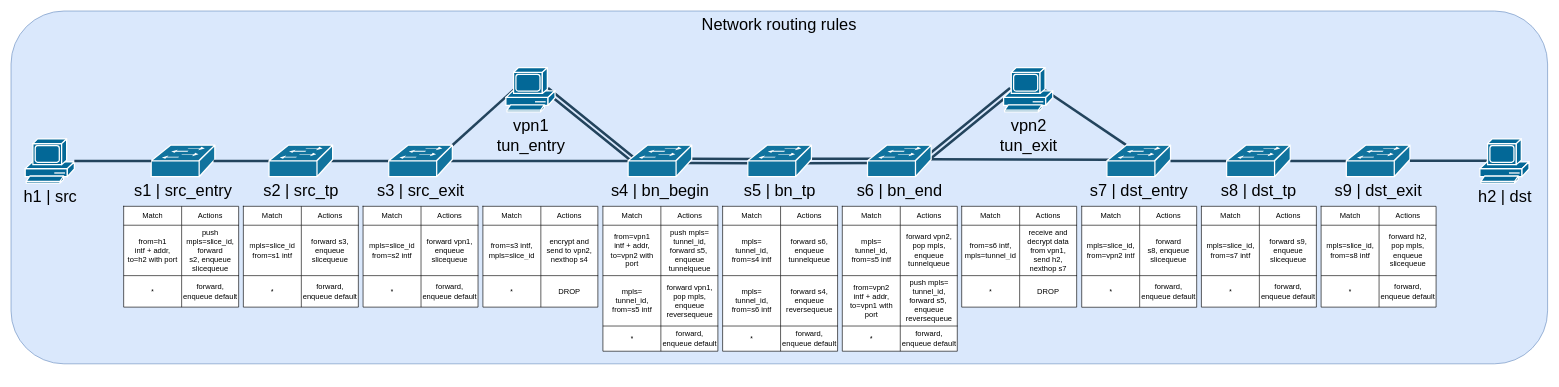
This is diagrams/network_routing_rules.drawio from FriwiDev/thesis, a draw.io file, before an edit. Source tidied: cells renumbered, new cells numbered last; positions are measured from the earlier drawing's top-left corner, leaving out a move shared by most shapes. Both pictures are drawn from the tidied source at 63%, with x=0, y=0 at pixel (11, 11).
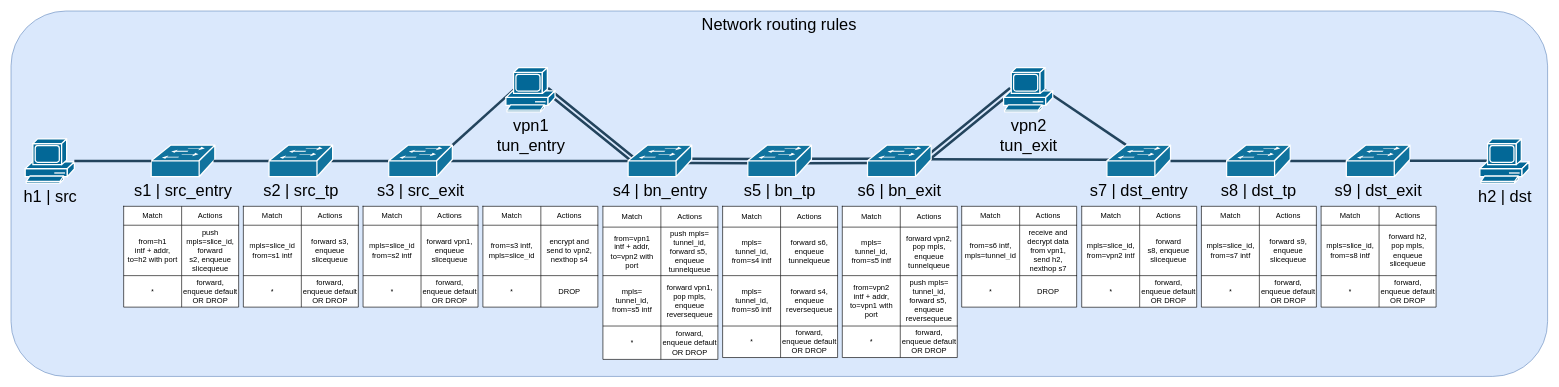
After the change.

Commit message:
Update routing rules diagram

The change refers to these unchanged cells:
```xml
<mxCell id="37" style="shape=tableRow;horizontal=0;startSize=0;swimlaneHead=0;swimlaneBody=0;top=0;left=0;bottom=0;right=0;fillColor=none;" parent="30" vertex="1">
  <mxGeometry y="110" width="182.5" height="50" as="geometry" />
</mxCell>
<mxCell id="47" style="shape=tableRow;horizontal=0;startSize=0;swimlaneHead=0;swimlaneBody=0;top=0;left=0;bottom=0;right=0;fillColor=none;" parent="40" vertex="1">
  <mxGeometry y="110" width="182.5" height="50" as="geometry" />
</mxCell>
<mxCell id="57" style="shape=tableRow;horizontal=0;startSize=0;swimlaneHead=0;swimlaneBody=0;top=0;left=0;bottom=0;right=0;fillColor=none;" parent="50" vertex="1">
  <mxGeometry y="110" width="182.5" height="50" as="geometry" />
</mxCell>
<mxCell id="106" style="shape=tableRow;horizontal=0;startSize=0;swimlaneHead=0;swimlaneBody=0;top=0;left=0;bottom=0;right=0;fillColor=none;" parent="99" vertex="1">
  <mxGeometry y="110" width="182.5" height="50" as="geometry" />
</mxCell>
<mxCell id="116" style="shape=tableRow;horizontal=0;startSize=0;swimlaneHead=0;swimlaneBody=0;top=0;left=0;bottom=0;right=0;fillColor=none;" parent="109" vertex="1">
  <mxGeometry y="110" width="182.5" height="50" as="geometry" />
</mxCell>
<mxCell id="126" style="shape=tableRow;horizontal=0;startSize=0;swimlaneHead=0;swimlaneBody=0;top=0;left=0;bottom=0;right=0;fillColor=none;" parent="119" vertex="1">
  <mxGeometry y="110" width="182.5" height="50" as="geometry" />
</mxCell>
```

Change to the diagram source:
```diff
@@
     <mxCell id="2" value="Network routing rules" style="rounded=1;whiteSpace=wrap;html=1;fillColor=#dae8fc;strokeColor=#6c8ebf;fontSize=26;verticalAlign=top;" parent="1" vertex="1">
-      <mxGeometry width="2439" height="560" as="geometry" />
+      <mxGeometry width="2439" height="580" as="geometry" />
     </mxCell>
@@
-    <mxCell id="12" value="s4 | bn_begin" style="shape=mxgraph.cisco.switches.workgroup_switch;html=1;dashed=0;fillColor=#10739E;strokeColor=#ffffff;strokeWidth=2;verticalLabelPosition=bottom;verticalAlign=top;fontFamily=Helvetica;fontSize=26;fontColor=#000000;" parent="1" vertex="1">
+    <mxCell id="12" value="s4 | bn_entry" style="shape=mxgraph.cisco.switches.workgroup_switch;html=1;dashed=0;fillColor=#10739E;strokeColor=#ffffff;strokeWidth=2;verticalLabelPosition=bottom;verticalAlign=top;fontFamily=Helvetica;fontSize=26;fontColor=#000000;" parent="1" vertex="1">
       <mxGeometry x="979.5" y="213" width="101" height="50" as="geometry" />
     </mxCell>
@@
-    <mxCell id="16" value="s6 | bn_end" style="shape=mxgraph.cisco.switches.workgroup_switch;html=1;dashed=0;fillColor=#10739E;strokeColor=#ffffff;strokeWidth=2;verticalLabelPosition=bottom;verticalAlign=top;fontFamily=Helvetica;fontSize=26;fontColor=#000000;" parent="1" vertex="1">
+    <mxCell id="16" value="s6 | bn_exit" style="shape=mxgraph.cisco.switches.workgroup_switch;html=1;dashed=0;fillColor=#10739E;strokeColor=#ffffff;strokeWidth=2;verticalLabelPosition=bottom;verticalAlign=top;fontFamily=Helvetica;fontSize=26;fontColor=#000000;" parent="1" vertex="1">
       <mxGeometry x="1359.5" y="213" width="101" height="50" as="geometry" />
     </mxCell>
@@
-    <mxCell id="39" value="forward, enqueue default" style="shape=partialRectangle;html=1;whiteSpace=wrap;overflow=hidden;fillColor=none;top=0;left=0;bottom=0;right=0;" parent="37" vertex="1">
+    <mxCell id="39" value="forward, enqueue default&lt;br&gt;OR DROP" style="shape=partialRectangle;html=1;whiteSpace=wrap;overflow=hidden;fillColor=none;top=0;left=0;bottom=0;right=0;" parent="37" vertex="1">
       <mxGeometry x="92" width="91" height="50" as="geometry" />
     </mxCell>
@@
-    <mxCell id="49" value="forward, enqueue default" style="shape=partialRectangle;html=1;whiteSpace=wrap;overflow=hidden;fillColor=none;top=0;left=0;bottom=0;right=0;" parent="47" vertex="1">
+    <mxCell id="49" value="forward, enqueue default&lt;br&gt;OR DROP" style="shape=partialRectangle;html=1;whiteSpace=wrap;overflow=hidden;fillColor=none;top=0;left=0;bottom=0;right=0;" parent="47" vertex="1">
       <mxGeometry x="92" width="91" height="50" as="geometry" />
     </mxCell>
@@
-    <mxCell id="59" value="forward, enqueue default" style="shape=partialRectangle;html=1;whiteSpace=wrap;overflow=hidden;fillColor=none;top=0;left=0;bottom=0;right=0;" parent="57" vertex="1">
+    <mxCell id="59" value="forward, enqueue default&lt;br&gt;OR DROP" style="shape=partialRectangle;html=1;whiteSpace=wrap;overflow=hidden;fillColor=none;top=0;left=0;bottom=0;right=0;" parent="57" vertex="1">
       <mxGeometry x="92" width="91" height="50" as="geometry" />
     </mxCell>
     <mxCell id="60" style="shape=table;startSize=0;childLayout=tableLayout;fontColor=#080808;labelBackgroundColor=#FFFFFF;labelBorderColor=#050505;" parent="1" vertex="1">
-      <mxGeometry x="939.5" y="310" width="182.5" height="230" as="geometry" />
+      <mxGeometry x="939.5" y="310" width="182.5" height="243" as="geometry" />
     </mxCell>
     <mxCell id="61" style="shape=tableRow;horizontal=0;startSize=0;swimlaneHead=0;swimlaneBody=0;top=0;left=0;bottom=0;right=0;fillColor=none;" parent="60" vertex="1">
-      <mxGeometry width="182.5" height="30" as="geometry" />
+      <mxGeometry width="182.5" height="33" as="geometry" />
     </mxCell>
     <mxCell id="62" value="Match" style="shape=partialRectangle;html=1;whiteSpace=wrap;overflow=hidden;fillColor=none;top=0;left=0;bottom=0;right=0;" parent="61" vertex="1">
-      <mxGeometry width="92" height="30" as="geometry" />
+      <mxGeometry width="92" height="33" as="geometry" />
     </mxCell>
     <mxCell id="63" value="Actions" style="shape=partialRectangle;html=1;whiteSpace=wrap;overflow=hidden;fillColor=none;top=0;left=0;bottom=0;right=0;" parent="61" vertex="1">
-      <mxGeometry x="92" width="91" height="30" as="geometry" />
+      <mxGeometry x="92" width="91" height="33" as="geometry" />
     </mxCell>
     <mxCell id="64" style="shape=tableRow;horizontal=0;startSize=0;swimlaneHead=0;swimlaneBody=0;top=0;left=0;bottom=0;right=0;fillColor=none;" parent="60" vertex="1">
-      <mxGeometry y="30" width="182.5" height="80" as="geometry" />
+      <mxGeometry y="33" width="182.5" height="77" as="geometry" />
     </mxCell>
     <mxCell id="65" value="from=vpn1&lt;br&gt;intf + addr, to=vpn2 with port" style="shape=partialRectangle;html=1;whiteSpace=wrap;overflow=hidden;fillColor=none;top=0;left=0;bottom=0;right=0;" parent="64" vertex="1">
-      <mxGeometry width="92" height="80" as="geometry" />
+      <mxGeometry width="92" height="77" as="geometry" />
     </mxCell>
     <mxCell id="66" value="push mpls= tunnel_id, forward s5,&amp;nbsp;&lt;br&gt;enqueue tunnelqueue" style="shape=partialRectangle;html=1;whiteSpace=wrap;overflow=hidden;fillColor=none;top=0;left=0;bottom=0;right=0;" parent="64" vertex="1">
-      <mxGeometry x="92" width="91" height="80" as="geometry" />
+      <mxGeometry x="92" width="91" height="77" as="geometry" />
     </mxCell>
@@
     <mxCell id="70" style="shape=tableRow;horizontal=0;startSize=0;swimlaneHead=0;swimlaneBody=0;top=0;left=0;bottom=0;right=0;fillColor=none;" parent="60" vertex="1">
-      <mxGeometry y="190" width="182.5" height="40" as="geometry" />
+      <mxGeometry y="190" width="182.5" height="53" as="geometry" />
     </mxCell>
     <mxCell id="71" value="*" style="shape=partialRectangle;html=1;whiteSpace=wrap;overflow=hidden;fillColor=none;top=0;left=0;bottom=0;right=0;" parent="70" vertex="1">
-      <mxGeometry width="92" height="40" as="geometry" />
+      <mxGeometry width="92" height="53" as="geometry" />
     </mxCell>
-    <mxCell id="72" value="forward, enqueue default" style="shape=partialRectangle;html=1;whiteSpace=wrap;overflow=hidden;fillColor=none;top=0;left=0;bottom=0;right=0;" parent="70" vertex="1">
-      <mxGeometry x="92" width="91" height="40" as="geometry" />
+    <mxCell id="72" value="forward, enqueue default&lt;br&gt;OR DROP" style="shape=partialRectangle;html=1;whiteSpace=wrap;overflow=hidden;fillColor=none;top=0;left=0;bottom=0;right=0;" parent="70" vertex="1">
+      <mxGeometry x="92" width="91" height="53" as="geometry" />
     </mxCell>
     <mxCell id="73" style="shape=table;startSize=0;childLayout=tableLayout;fontColor=#080808;labelBackgroundColor=#FFFFFF;labelBorderColor=#050505;" parent="1" vertex="1">
-      <mxGeometry x="1129.5" y="310" width="182.5" height="230" as="geometry" />
+      <mxGeometry x="1129.5" y="310" width="182.5" height="240" as="geometry" />
     </mxCell>
     <mxCell id="74" style="shape=tableRow;horizontal=0;startSize=0;swimlaneHead=0;swimlaneBody=0;top=0;left=0;bottom=0;right=0;fillColor=none;" parent="73" vertex="1">
-      <mxGeometry width="182.5" height="30" as="geometry" />
+      <mxGeometry width="182.5" height="33" as="geometry" />
     </mxCell>
     <mxCell id="75" value="Match" style="shape=partialRectangle;html=1;whiteSpace=wrap;overflow=hidden;fillColor=none;top=0;left=0;bottom=0;right=0;" parent="74" vertex="1">
-      <mxGeometry width="92" height="30" as="geometry" />
+      <mxGeometry width="92" height="33" as="geometry" />
     </mxCell>
     <mxCell id="76" value="Actions" style="shape=partialRectangle;html=1;whiteSpace=wrap;overflow=hidden;fillColor=none;top=0;left=0;bottom=0;right=0;" parent="74" vertex="1">
-      <mxGeometry x="92" width="91" height="30" as="geometry" />
+      <mxGeometry x="92" width="91" height="33" as="geometry" />
     </mxCell>
     <mxCell id="77" style="shape=tableRow;horizontal=0;startSize=0;swimlaneHead=0;swimlaneBody=0;top=0;left=0;bottom=0;right=0;fillColor=none;" parent="73" vertex="1">
-      <mxGeometry y="30" width="182.5" height="80" as="geometry" />
+      <mxGeometry y="33" width="182.5" height="77" as="geometry" />
     </mxCell>
     <mxCell id="78" value="mpls=&lt;br&gt;tunnel_id,&lt;br&gt;from=s4 intf" style="shape=partialRectangle;html=1;whiteSpace=wrap;overflow=hidden;fillColor=none;top=0;left=0;bottom=0;right=0;" parent="77" vertex="1">
-      <mxGeometry width="92" height="80" as="geometry" />
+      <mxGeometry width="92" height="77" as="geometry" />
     </mxCell>
     <mxCell id="79" value="forward s6, enqueue tunnelqueue" style="shape=partialRectangle;html=1;whiteSpace=wrap;overflow=hidden;fillColor=none;top=0;left=0;bottom=0;right=0;" parent="77" vertex="1">
-      <mxGeometry x="92" width="91" height="80" as="geometry" />
+      <mxGeometry x="92" width="91" height="77" as="geometry" />
     </mxCell>
@@
     <mxCell id="83" style="shape=tableRow;horizontal=0;startSize=0;swimlaneHead=0;swimlaneBody=0;top=0;left=0;bottom=0;right=0;fillColor=none;" parent="73" vertex="1">
-      <mxGeometry y="190" width="182.5" height="40" as="geometry" />
+      <mxGeometry y="190" width="182.5" height="50" as="geometry" />
     </mxCell>
     <mxCell id="84" value="*" style="shape=partialRectangle;html=1;whiteSpace=wrap;overflow=hidden;fillColor=none;top=0;left=0;bottom=0;right=0;" parent="83" vertex="1">
-      <mxGeometry width="92" height="40" as="geometry" />
+      <mxGeometry width="92" height="50" as="geometry" />
     </mxCell>
-    <mxCell id="85" value="forward, enqueue default" style="shape=partialRectangle;html=1;whiteSpace=wrap;overflow=hidden;fillColor=none;top=0;left=0;bottom=0;right=0;" parent="83" vertex="1">
-      <mxGeometry x="92" width="91" height="40" as="geometry" />
+    <mxCell id="85" value="forward, enqueue default&lt;br&gt;OR DROP" style="shape=partialRectangle;html=1;whiteSpace=wrap;overflow=hidden;fillColor=none;top=0;left=0;bottom=0;right=0;" parent="83" vertex="1">
+      <mxGeometry x="92" width="91" height="50" as="geometry" />
     </mxCell>
     <mxCell id="86" style="shape=table;startSize=0;childLayout=tableLayout;fontColor=#080808;labelBackgroundColor=#FFFFFF;labelBorderColor=#050505;" parent="1" vertex="1">
-      <mxGeometry x="1319.5" y="310" width="182.5" height="230" as="geometry" />
+      <mxGeometry x="1319.5" y="310" width="182.5" height="240" as="geometry" />
     </mxCell>
     <mxCell id="87" style="shape=tableRow;horizontal=0;startSize=0;swimlaneHead=0;swimlaneBody=0;top=0;left=0;bottom=0;right=0;fillColor=none;" parent="86" vertex="1">
-      <mxGeometry width="182.5" height="30" as="geometry" />
+      <mxGeometry width="182.5" height="33" as="geometry" />
     </mxCell>
     <mxCell id="88" value="Match" style="shape=partialRectangle;html=1;whiteSpace=wrap;overflow=hidden;fillColor=none;top=0;left=0;bottom=0;right=0;" parent="87" vertex="1">
-      <mxGeometry width="92" height="30" as="geometry" />
+      <mxGeometry width="92" height="33" as="geometry" />
     </mxCell>
     <mxCell id="89" value="Actions" style="shape=partialRectangle;html=1;whiteSpace=wrap;overflow=hidden;fillColor=none;top=0;left=0;bottom=0;right=0;" parent="87" vertex="1">
-      <mxGeometry x="92" width="91" height="30" as="geometry" />
+      <mxGeometry x="92" width="91" height="33" as="geometry" />
     </mxCell>
     <mxCell id="90" style="shape=tableRow;horizontal=0;startSize=0;swimlaneHead=0;swimlaneBody=0;top=0;left=0;bottom=0;right=0;fillColor=none;" parent="86" vertex="1">
-      <mxGeometry y="30" width="182.5" height="80" as="geometry" />
+      <mxGeometry y="33" width="182.5" height="77" as="geometry" />
     </mxCell>
     <mxCell id="91" value="mpls=&lt;br&gt;tunnel_id,&lt;br&gt;from=s5 intf" style="shape=partialRectangle;html=1;whiteSpace=wrap;overflow=hidden;fillColor=none;top=0;left=0;bottom=0;right=0;" parent="90" vertex="1">
-      <mxGeometry width="92" height="80" as="geometry" />
+      <mxGeometry width="92" height="77" as="geometry" />
     </mxCell>
     <mxCell id="92" value="forward vpn2,&lt;br&gt;pop mpls, enqueue tunnelqueue" style="shape=partialRectangle;html=1;whiteSpace=wrap;overflow=hidden;fillColor=none;top=0;left=0;bottom=0;right=0;" parent="90" vertex="1">
-      <mxGeometry x="92" width="91" height="80" as="geometry" />
+      <mxGeometry x="92" width="91" height="77" as="geometry" />
     </mxCell>
@@
     <mxCell id="96" style="shape=tableRow;horizontal=0;startSize=0;swimlaneHead=0;swimlaneBody=0;top=0;left=0;bottom=0;right=0;fillColor=none;" parent="86" vertex="1">
-      <mxGeometry y="190" width="182.5" height="40" as="geometry" />
+      <mxGeometry y="190" width="182.5" height="50" as="geometry" />
     </mxCell>
     <mxCell id="97" value="*" style="shape=partialRectangle;html=1;whiteSpace=wrap;overflow=hidden;fillColor=none;top=0;left=0;bottom=0;right=0;" parent="96" vertex="1">
-      <mxGeometry width="92" height="40" as="geometry" />
+      <mxGeometry width="92" height="50" as="geometry" />
     </mxCell>
-    <mxCell id="98" value="forward, enqueue default" style="shape=partialRectangle;html=1;whiteSpace=wrap;overflow=hidden;fillColor=none;top=0;left=0;bottom=0;right=0;" parent="96" vertex="1">
-      <mxGeometry x="92" width="91" height="40" as="geometry" />
+    <mxCell id="98" value="forward, enqueue default&lt;br&gt;OR DROP" style="shape=partialRectangle;html=1;whiteSpace=wrap;overflow=hidden;fillColor=none;top=0;left=0;bottom=0;right=0;" parent="96" vertex="1">
+      <mxGeometry x="92" width="91" height="50" as="geometry" />
     </mxCell>
@@
-    <mxCell id="108" value="forward, enqueue default" style="shape=partialRectangle;html=1;whiteSpace=wrap;overflow=hidden;fillColor=none;top=0;left=0;bottom=0;right=0;" parent="106" vertex="1">
+    <mxCell id="108" value="forward, enqueue default&lt;br&gt;OR DROP" style="shape=partialRectangle;html=1;whiteSpace=wrap;overflow=hidden;fillColor=none;top=0;left=0;bottom=0;right=0;" parent="106" vertex="1">
       <mxGeometry x="92" width="91" height="50" as="geometry" />
     </mxCell>
@@
-    <mxCell id="118" value="forward, enqueue default" style="shape=partialRectangle;html=1;whiteSpace=wrap;overflow=hidden;fillColor=none;top=0;left=0;bottom=0;right=0;" parent="116" vertex="1">
+    <mxCell id="118" value="forward, enqueue default&lt;br&gt;OR DROP" style="shape=partialRectangle;html=1;whiteSpace=wrap;overflow=hidden;fillColor=none;top=0;left=0;bottom=0;right=0;" parent="116" vertex="1">
       <mxGeometry x="92" width="91" height="50" as="geometry" />
     </mxCell>
@@
-    <mxCell id="128" value="forward, enqueue default" style="shape=partialRectangle;html=1;whiteSpace=wrap;overflow=hidden;fillColor=none;top=0;left=0;bottom=0;right=0;" parent="126" vertex="1">
+    <mxCell id="128" value="forward, enqueue default&lt;br&gt;OR DROP" style="shape=partialRectangle;html=1;whiteSpace=wrap;overflow=hidden;fillColor=none;top=0;left=0;bottom=0;right=0;" parent="126" vertex="1">
       <mxGeometry x="92" width="91" height="50" as="geometry" />
     </mxCell>
```
